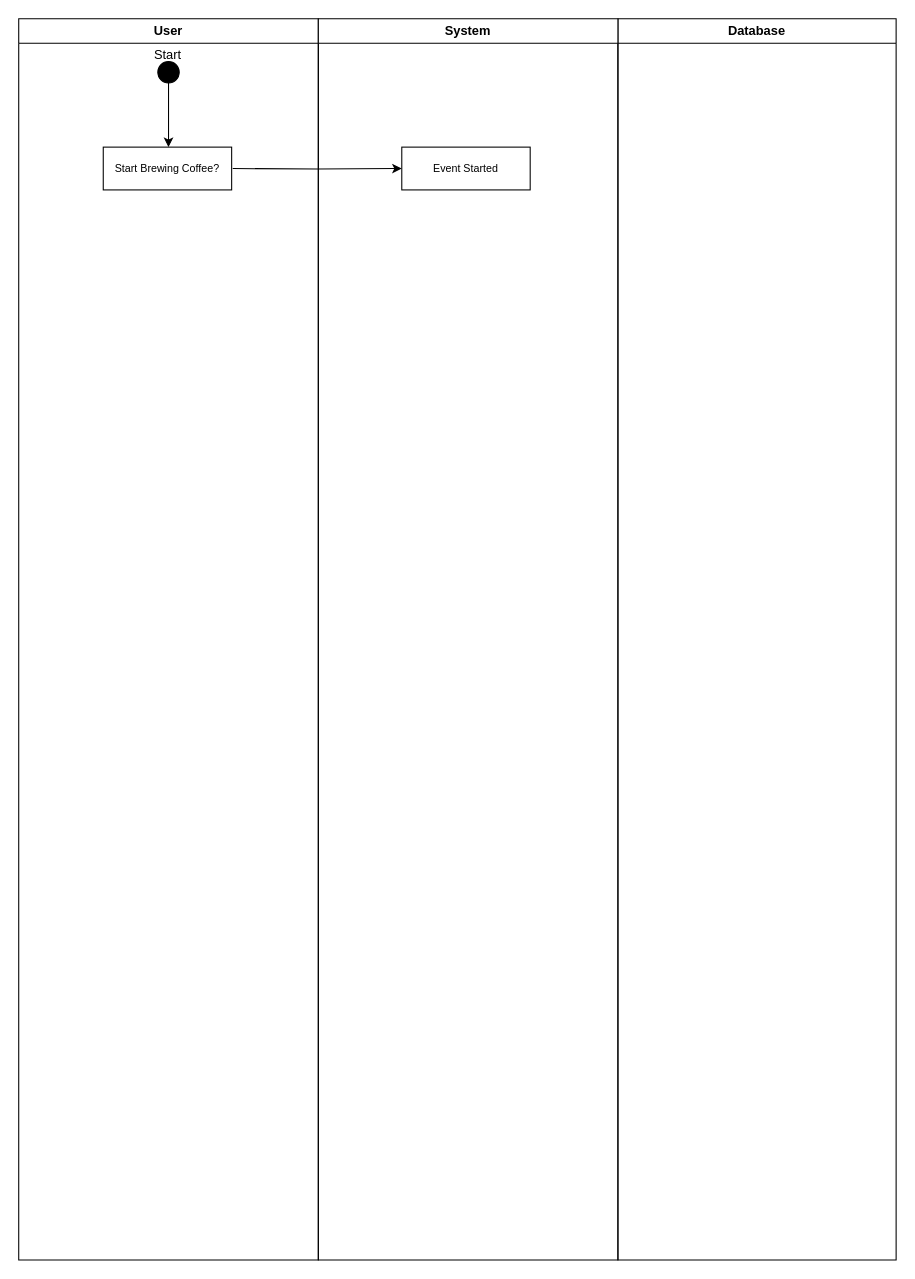
Above: diagrams/Activity_Diagram.drawio in martintara/kaffeknekt (draw.io), before the change. Source tidied: cells renumbered, new cells numbered last; positions are measured from the earlier drawing's top-left corner, leaving out a move shared by most shapes. Both pictures are drawn from the tidied source at 107%, with x=0, y=0 at pixel (18, 18).
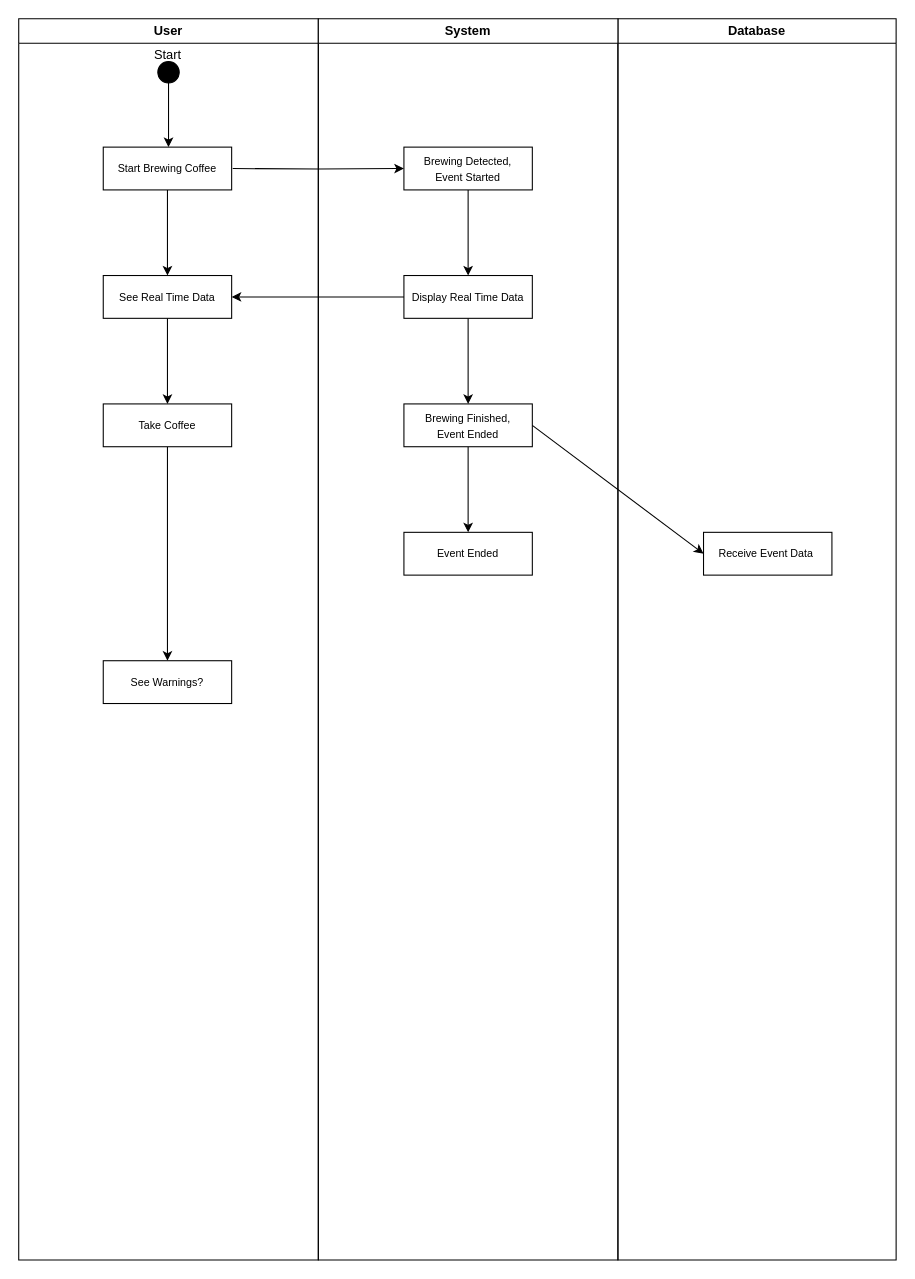
After the change.

The change refers to these unchanged cells:
```xml
<mxCell id="2" value="User" style="swimlane;whiteSpace=wrap;html=1;" parent="1" vertex="1">
  <mxGeometry width="280" height="1160" as="geometry" />
</mxCell>
<mxCell id="6" value="Database" style="swimlane;whiteSpace=wrap;html=1;" parent="1" vertex="1">
  <mxGeometry x="560" width="260" height="1160" as="geometry" />
</mxCell>
<mxCell id="7" value="System" style="swimlane;whiteSpace=wrap;html=1;" parent="1" vertex="1">
  <mxGeometry x="280" width="280" height="1160" as="geometry" />
</mxCell>
```

The edit, as a diff of the source:
```diff
@@
+    <mxCell id="11" style="edgeStyle=orthogonalEdgeStyle;rounded=0;jettySize=auto;html=1;exitX=0.5;exitY=1;exitDx=0;exitDy=0;entryX=0.5;entryY=0;entryDx=0;entryDy=0;" parent="2" edge="1" source="5" target="13">
+      <mxGeometry relative="1" as="geometry" />
+    </mxCell>
-    <mxCell id="5" value="&lt;font style=&quot;font-size: 10px;&quot;&gt;Start Brewing Coffee?&lt;/font&gt;" style="rounded=0;whiteSpace=wrap;html=1;" parent="2" vertex="1">
+    <mxCell id="5" value="&lt;font style=&quot;font-size: 10px;&quot;&gt;Start Brewing Coffee&lt;/font&gt;" style="rounded=0;whiteSpace=wrap;html=1;" parent="2" vertex="1">
       <mxGeometry x="79" y="120" width="120" height="40" as="geometry" />
     </mxCell>
+    <mxCell id="12" style="edgeStyle=orthogonalEdgeStyle;rounded=0;jettySize=auto;html=1;exitX=0.5;exitY=1;exitDx=0;exitDy=0;" parent="2" edge="1" source="13" target="15">
+      <mxGeometry relative="1" as="geometry" />
+    </mxCell>
+    <mxCell id="13" value="&lt;font style=&quot;font-size: 10px;&quot;&gt;See Real Time Data&lt;/font&gt;" style="rounded=0;whiteSpace=wrap;html=1;" parent="2" vertex="1">
+      <mxGeometry x="79" y="240" width="120" height="40" as="geometry" />
+    </mxCell>
+    <mxCell id="14" style="edgeStyle=orthogonalEdgeStyle;rounded=0;jettySize=auto;html=1;exitX=0.5;exitY=1;exitDx=0;exitDy=0;" parent="2" edge="1" source="15" target="16">
+      <mxGeometry relative="1" as="geometry" />
+    </mxCell>
+    <mxCell id="15" value="&lt;font style=&quot;font-size: 10px;&quot;&gt;Take Coffee&lt;/font&gt;" style="rounded=0;whiteSpace=wrap;html=1;" parent="2" vertex="1">
+      <mxGeometry x="79" y="360" width="120" height="40" as="geometry" />
+    </mxCell>
+    <mxCell id="16" value="&lt;font style=&quot;font-size: 10px;&quot;&gt;See Warnings?&lt;/font&gt;" style="rounded=0;whiteSpace=wrap;html=1;" parent="2" vertex="1">
+      <mxGeometry x="79" y="600" width="120" height="40" as="geometry" />
+    </mxCell>
@@
+    <mxCell id="17" value="&lt;span style=&quot;font-size: 10px;&quot;&gt;Receive Event Data&amp;nbsp;&lt;/span&gt;" style="rounded=0;whiteSpace=wrap;html=1;" parent="6" vertex="1">
+      <mxGeometry x="80" y="480" width="120" height="40" as="geometry" />
+    </mxCell>
@@
+    <mxCell id="18" style="edgeStyle=orthogonalEdgeStyle;rounded=0;jettySize=auto;html=1;exitX=0.5;exitY=1;exitDx=0;exitDy=0;entryX=0.5;entryY=0;entryDx=0;entryDy=0;" parent="7" edge="1" source="8" target="20">
+      <mxGeometry relative="1" as="geometry" />
+    </mxCell>
-    <mxCell id="8" value="&lt;font style=&quot;font-size: 10px;&quot;&gt;Event Started&lt;/font&gt;" style="rounded=0;whiteSpace=wrap;html=1;" parent="7" vertex="1">
-      <mxGeometry x="78" y="120" width="120" height="40" as="geometry" />
+    <mxCell id="8" value="&lt;font style=&quot;font-size: 10px;&quot;&gt;Brewing Detected, &lt;br&gt;Event Started&lt;/font&gt;" style="rounded=0;whiteSpace=wrap;html=1;" parent="7" vertex="1">
+      <mxGeometry x="80" y="120" width="120" height="40" as="geometry" />
     </mxCell>
+    <mxCell id="19" style="edgeStyle=orthogonalEdgeStyle;rounded=0;jettySize=auto;html=1;exitX=0.5;exitY=1;exitDx=0;exitDy=0;entryX=0.5;entryY=0;entryDx=0;entryDy=0;" parent="7" edge="1" source="20" target="22">
+      <mxGeometry relative="1" as="geometry" />
+    </mxCell>
+    <mxCell id="20" value="&lt;font style=&quot;font-size: 10px;&quot;&gt;Display Real Time Data&lt;/font&gt;" style="rounded=0;whiteSpace=wrap;html=1;" parent="7" vertex="1">
+      <mxGeometry x="80" y="240" width="120" height="40" as="geometry" />
+    </mxCell>
+    <mxCell id="21" style="edgeStyle=orthogonalEdgeStyle;rounded=0;jettySize=auto;html=1;exitX=0.5;exitY=1;exitDx=0;exitDy=0;entryX=0.5;entryY=0;entryDx=0;entryDy=0;" parent="7" edge="1" source="22" target="23">
+      <mxGeometry relative="1" as="geometry" />
+    </mxCell>
+    <mxCell id="22" value="&lt;span style=&quot;font-size: 10px;&quot;&gt;Brewing Finished, &lt;br&gt;Event Ended&lt;/span&gt;" style="rounded=0;whiteSpace=wrap;html=1;" parent="7" vertex="1">
+      <mxGeometry x="80" y="360" width="120" height="40" as="geometry" />
+    </mxCell>
+    <mxCell id="23" value="&lt;span style=&quot;font-size: 10px;&quot;&gt;Event Ended&lt;/span&gt;" style="rounded=0;whiteSpace=wrap;html=1;" parent="7" vertex="1">
+      <mxGeometry x="80" y="480" width="120" height="40" as="geometry" />
+    </mxCell>
@@
+    <mxCell id="24" style="edgeStyle=orthogonalEdgeStyle;rounded=0;jettySize=auto;html=1;exitX=0;exitY=0.5;exitDx=0;exitDy=0;entryX=1;entryY=0.5;entryDx=0;entryDy=0;" parent="1" edge="1" source="20" target="13">
+      <mxGeometry relative="1" as="geometry" />
+    </mxCell>
+    <mxCell id="25" style="rounded=0;jettySize=auto;html=1;exitX=1;exitY=0.5;exitDx=0;exitDy=0;entryX=0;entryY=0.5;entryDx=0;entryDy=0;" parent="1" edge="1" source="22" target="17">
+      <mxGeometry relative="1" as="geometry" />
+    </mxCell>
```
